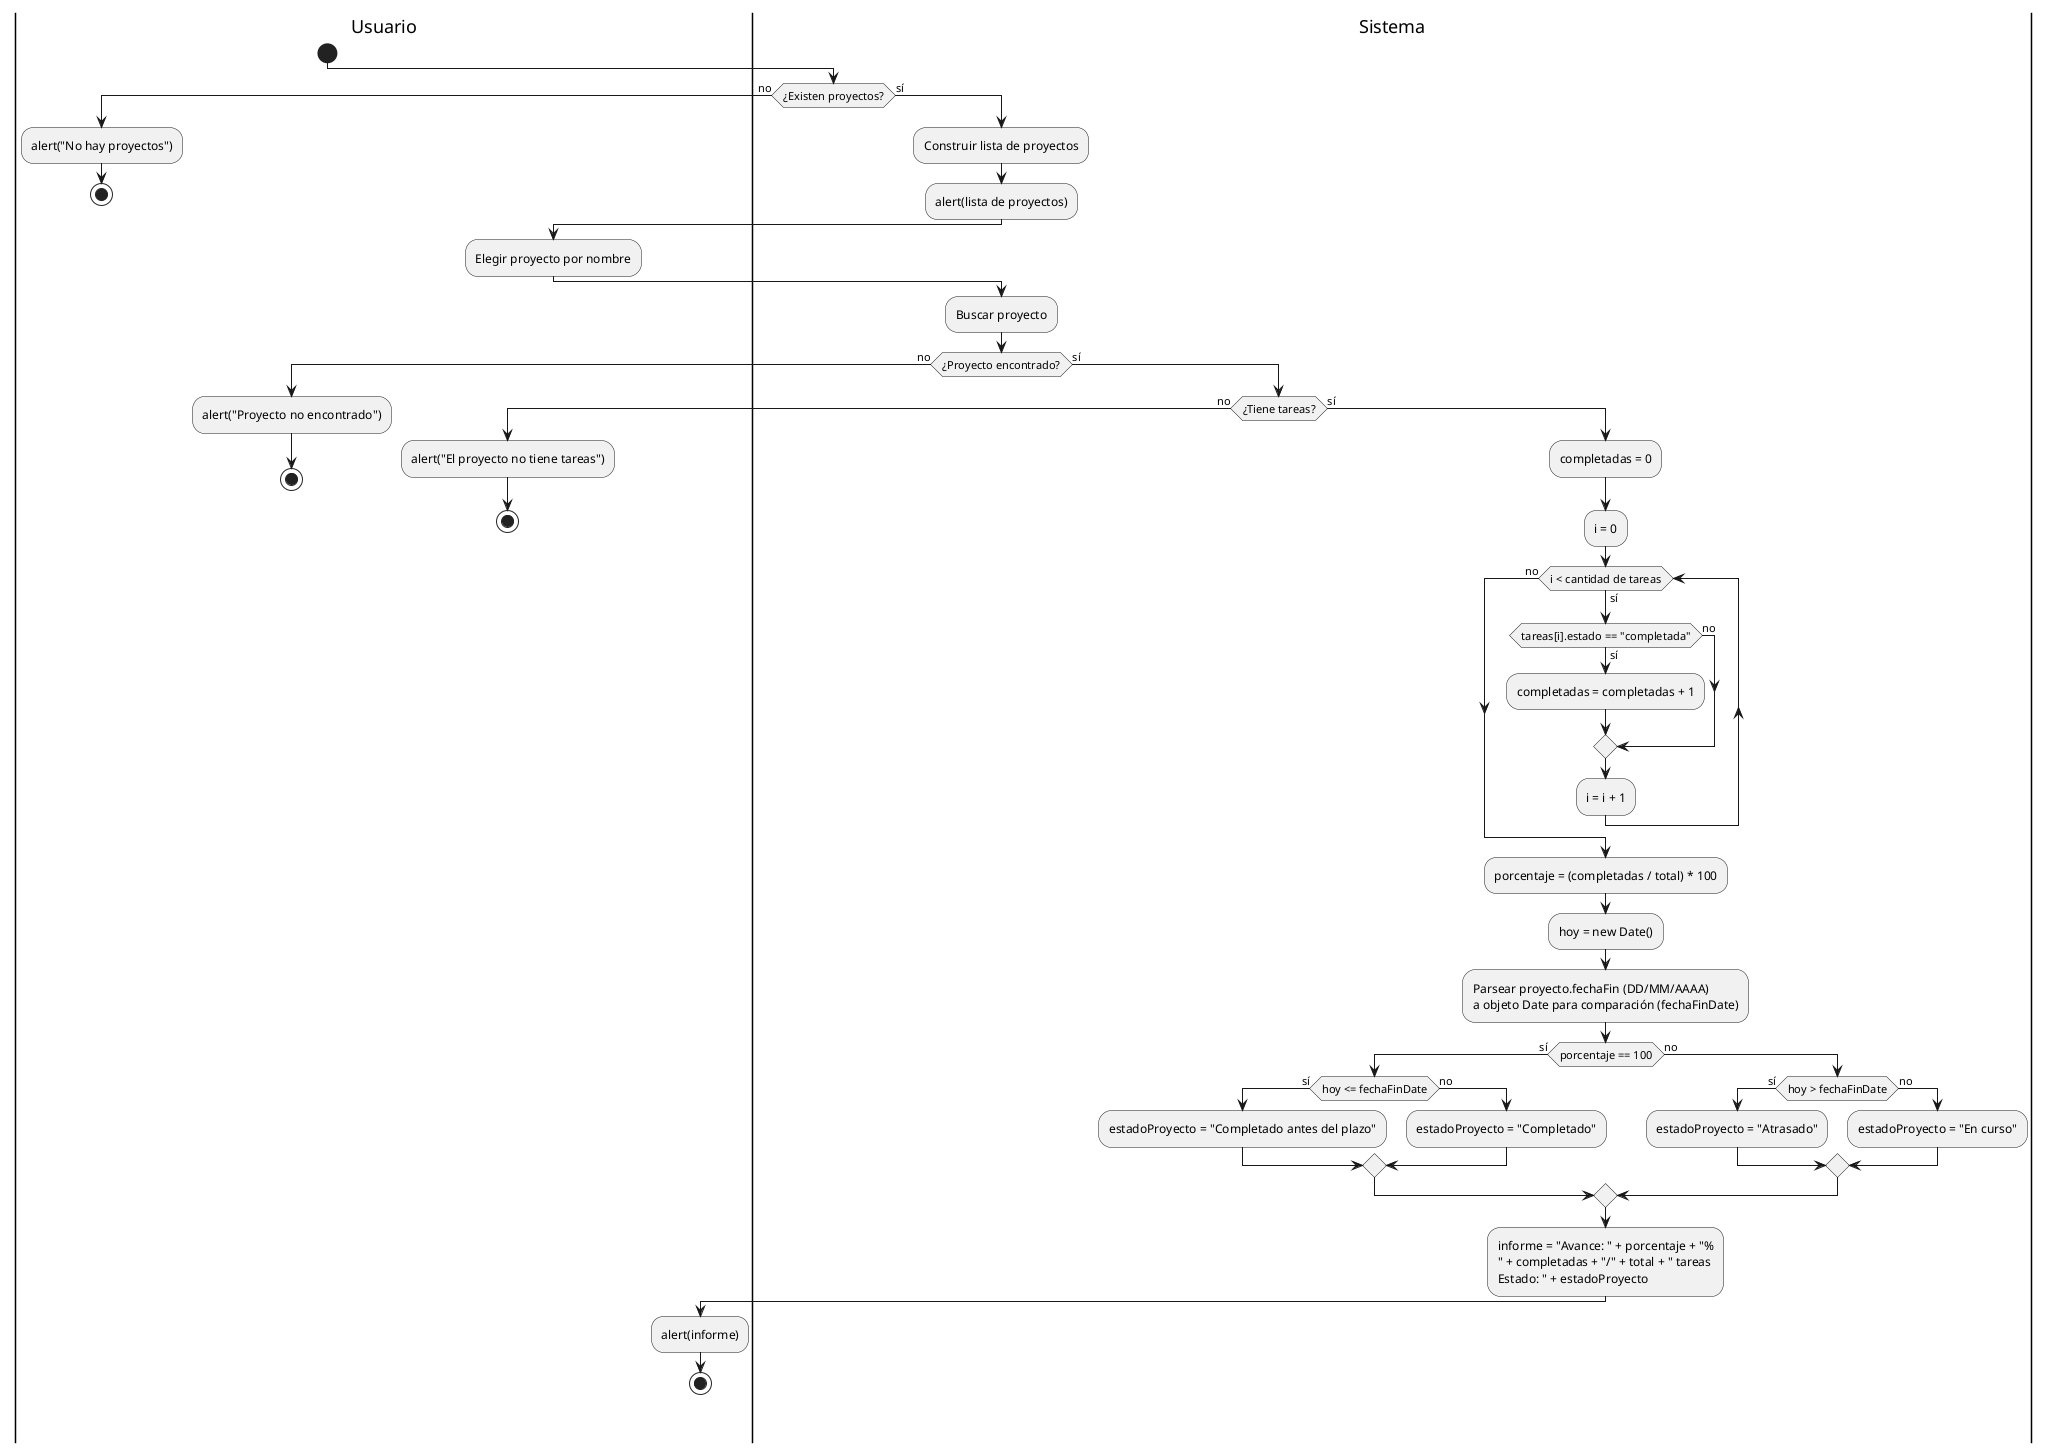
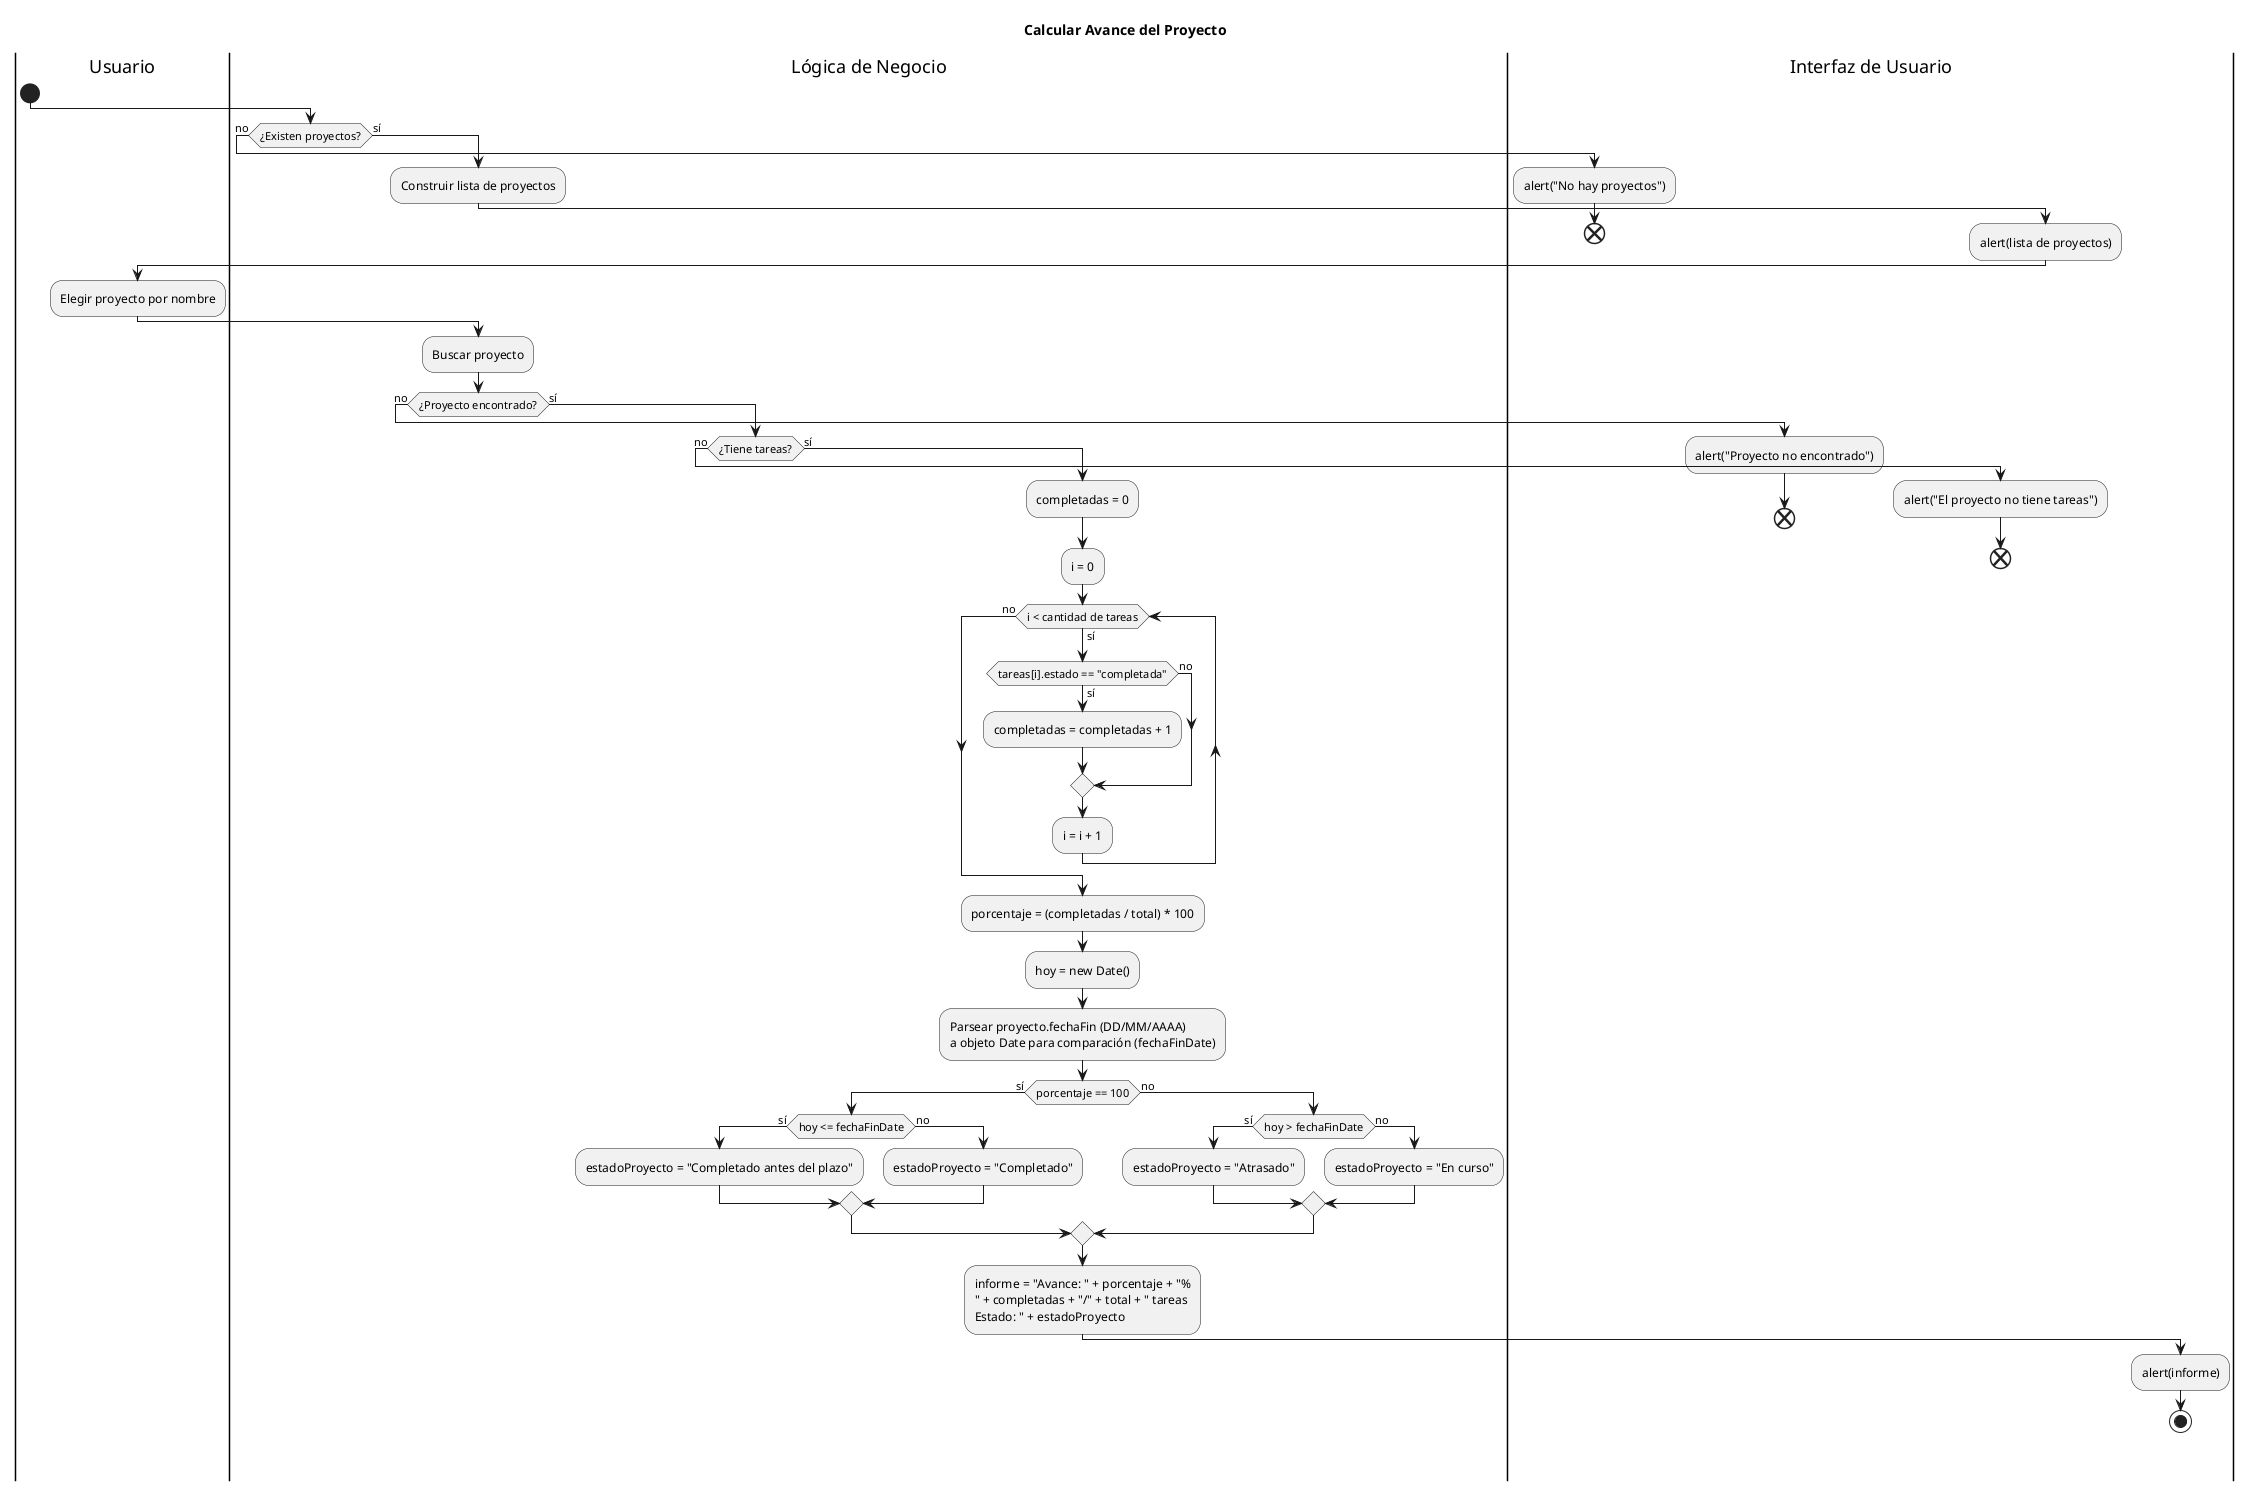
@startuml actividad-flujo-3-calcular-avance
+ title Calcular Avance del Proyecto
|Usuario|
start
- |Sistema|
+ |Lógica de Negocio|
if (¿Existen proyectos?) then (no)
-   |Usuario|
+   |Interfaz de Usuario|
  :alert("No hay proyectos");
-   stop
+   end
else (sí)
-   |Sistema|
+   |Lógica de Negocio|
  :Construir lista de proyectos;
+   |Interfaz de Usuario|
  :alert(lista de proyectos);
  |Usuario|
  :Elegir proyecto por nombre;
-   |Sistema|
+   |Lógica de Negocio|
  :Buscar proyecto;
  if (¿Proyecto encontrado?) then (no)
-     |Usuario|
+     |Interfaz de Usuario|
    :alert("Proyecto no encontrado");
-     stop
+     end
  else (sí)
-     |Sistema|
+     |Lógica de Negocio|
    if (¿Tiene tareas?) then (no)
-       |Usuario|
+       |Interfaz de Usuario|
      :alert("El proyecto no tiene tareas");
-       stop
+       end
    else (sí)
-       |Sistema|
+       |Lógica de Negocio|
      :completadas = 0;
      :i = 0;
      while (i < cantidad de tareas) is (sí)
        if (tareas[i].estado == "completada") then (sí)
          :completadas = completadas + 1;
        else (no)
        endif
        :i = i + 1;
      endwhile (no)
      :porcentaje = (completadas / total) * 100;
      :hoy = new Date();
      :Parsear proyecto.fechaFin (DD/MM/AAAA)\na objeto Date para comparación (fechaFinDate);
      if (porcentaje == 100) then (sí)
        if (hoy <= fechaFinDate) then (sí)
          :estadoProyecto = "Completado antes del plazo";
        else (no)
          :estadoProyecto = "Completado";
        endif
      else (no)
        if (hoy > fechaFinDate) then (sí)
          :estadoProyecto = "Atrasado";
        else (no)
          :estadoProyecto = "En curso";
        endif
      endif
      :informe = "Avance: " + porcentaje + "%\n" + completadas + "/" + total + " tareas\nEstado: " + estadoProyecto;
-       |Usuario|
+       |Interfaz de Usuario|
      :alert(informe);
      stop
    endif
  endif
endif
@enduml